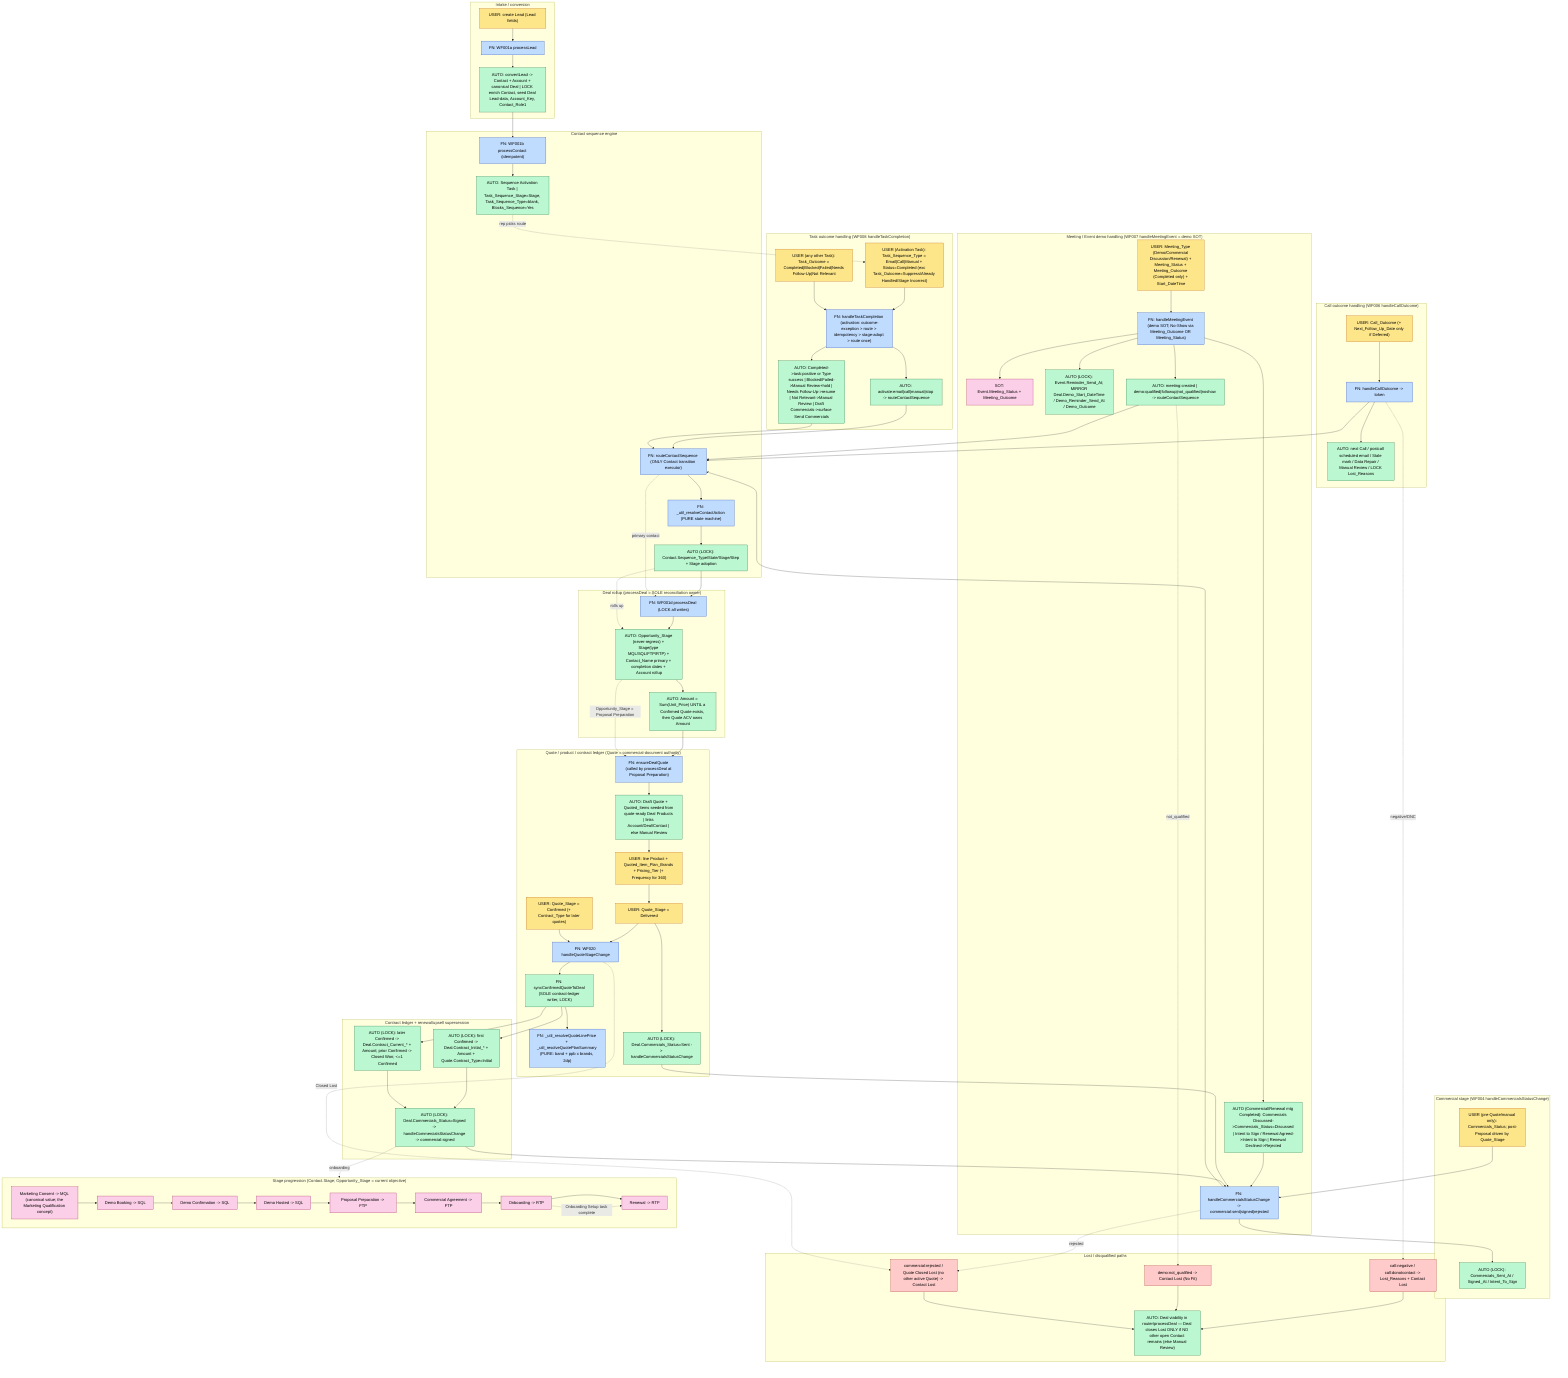
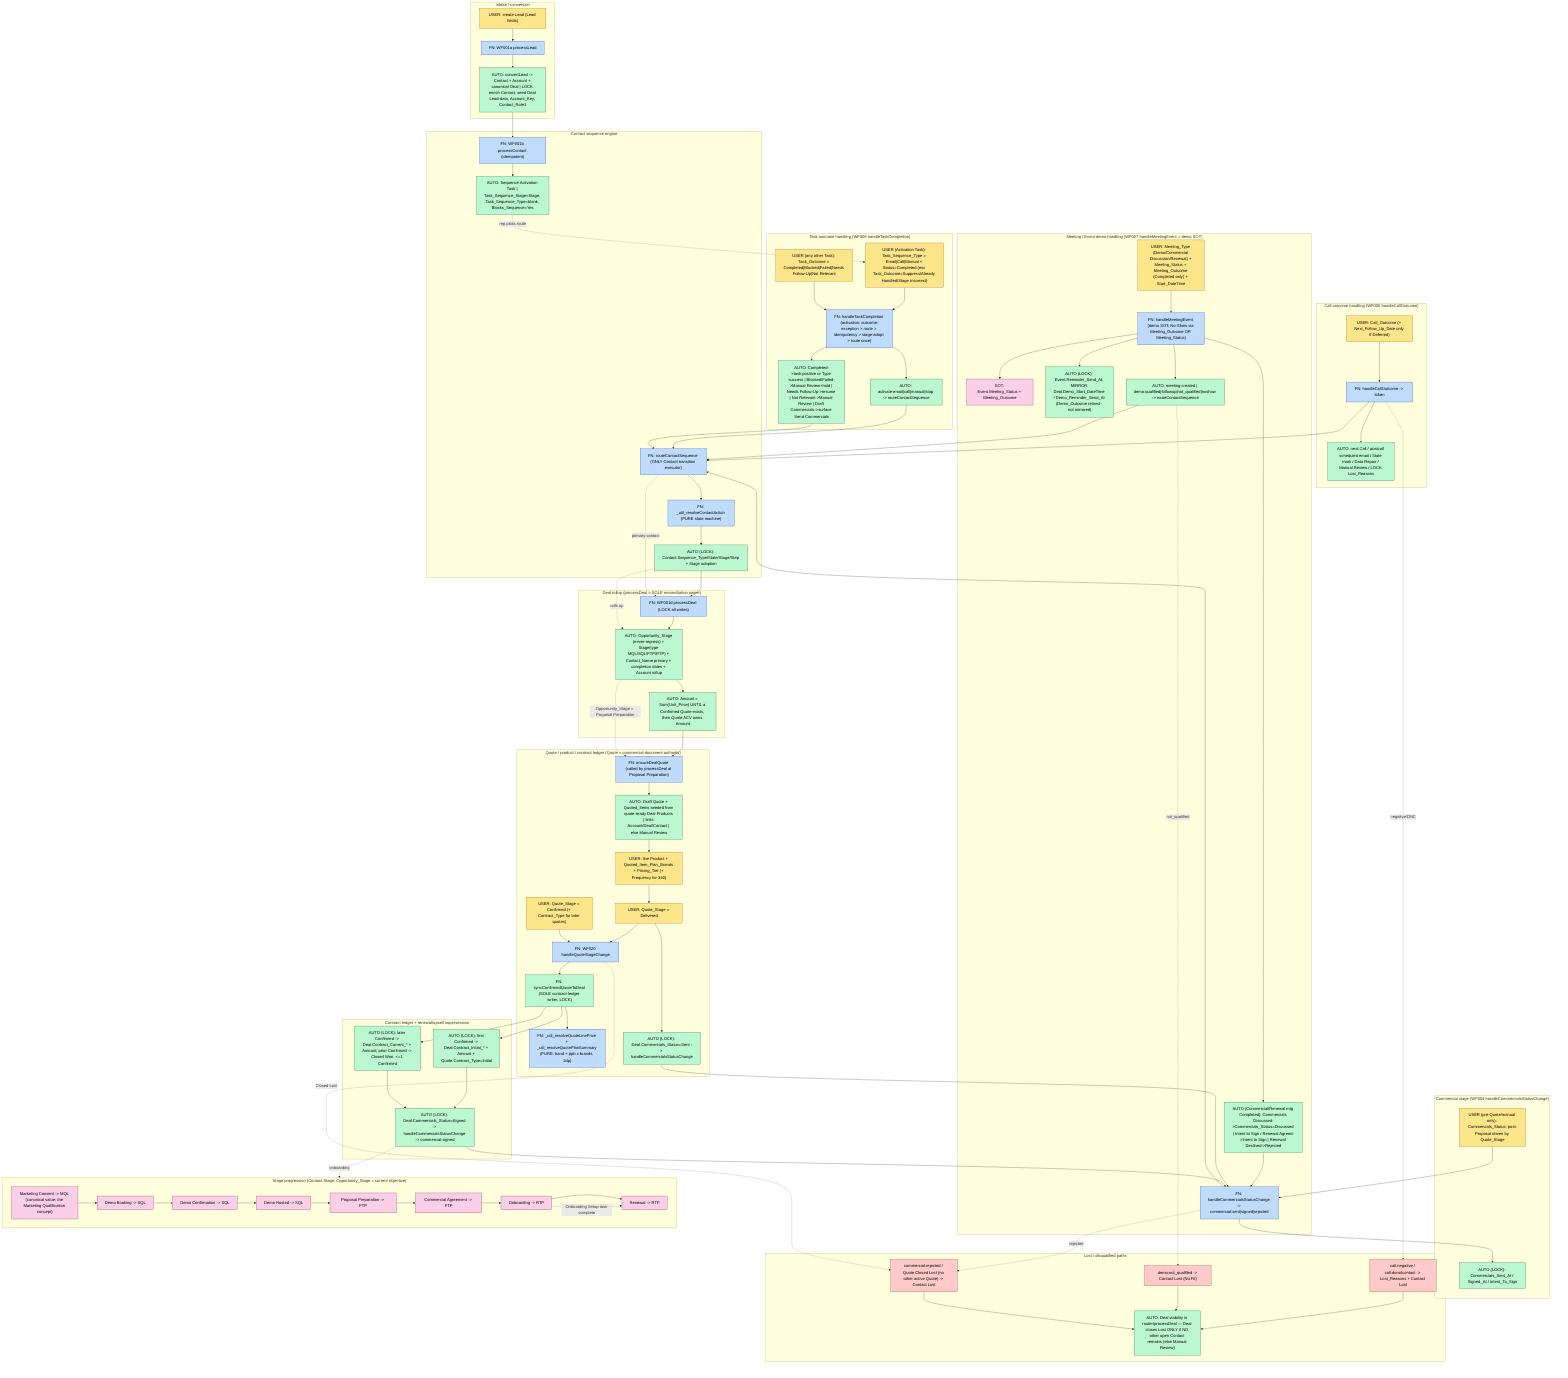
%% v6 Single-Field Automation — full flow (Lead → Renewal)
%% Legend:
%%   USER  = human command/outcome field (the one field a rep sets)
%%   FN    = function that fires
%%   AUTO  = automation-owned writes (records/fields created or updated)
%%   SOT   = source of truth | MIRROR = derived copy
%%   LOCK  = write is suppressed with {"trigger": List()}
flowchart TD
  classDef user fill:#fde68a,stroke:#b45309,color:#000;
  classDef fn fill:#bfdbfe,stroke:#1e40af,color:#000;
  classDef auto fill:#bbf7d0,stroke:#166534,color:#000;
  classDef sot fill:#fbcfe8,stroke:#9d174b,color:#000;
  classDef loss fill:#fecaca,stroke:#991b1b,color:#000;

  subgraph INTAKE["Intake / conversion"]
    L["USER: create Lead (Lead fields)"]:::user
    PL["FN: WF001a processLead"]:::fn
    CONV["AUTO: convertLead -> Contact + Account + canonical Deal | LOCK enrich Contact, seed Deal Lead-data, Account_Key, Contact_Role1"]:::auto
    L --> PL --> CONV
  end

  subgraph SEQENG["Contact sequence engine"]
    PC["FN: WF001b processContact (idempotent)"]:::fn
    ACTTASK["AUTO: Sequence Activation Task | Task_Sequence_Stage=Stage, Task_Sequence_Type=blank, Blocks_Sequence=Yes"]:::auto
    RCS["FN: routeContactSequence (ONLY Contact transition executor)"]:::fn
    RESOLVE["FN: _util_resolveContactAction (PURE state machine)"]:::fn
    CSEQ["AUTO (LOCK): Contact.Sequence_Type/State/Stage/Step + Stage adoption"]:::auto
    PC --> ACTTASK
    RCS --> RESOLVE --> CSEQ
  end
  CONV --> PC

  subgraph TASKOUT["Task outcome handling (WF008 handleTaskCompletion)"]
    UACT["USER (Activation Task): Task_Sequence_Type = Email|Call|Manual + Status=Completed (exc Task_Outcome=Suppress/Already Handled/Stage Incorrect)"]:::user
    HTC["FN: handleTaskCompletion (activation: outcome-exception > route > idempotency > stage-adopt > route once)"]:::fn
    ATok["AUTO: activate:email|call|manual|stop -> routeContactSequence"]:::auto
    UTOUT["USER (any other Task): Task_Outcome = Completed|Blocked|Failed|Needs Follow-Up|Not Relevant"]:::user
    TOUTL["AUTO: Completed->task:positive or Type success | Blocked/Failed->Manual Review+hold | Needs Follow-Up->resume | Not Relevant->Manual Review | Draft Commercials->surface Send Commercials"]:::auto
    UACT --> HTC --> ATok --> RCS
    UTOUT --> HTC --> TOUTL --> RCS
  end
  ACTTASK -.rep picks route.-> UACT

  subgraph CALLOUT["Call outcome handling (WF006 handleCallOutcome)"]
    UCALL["USER: Call_Outcome (+ Next_Follow_Up_Date only if Deferred)"]:::user
    HCO["FN: handleCallOutcome -> token"]:::fn
    CSIDE["AUTO: next Call / postcall scheduled email / Stale mark / Data Repair / Manual Review / LOCK Lost_Reasons"]:::auto
    UCALL --> HCO --> CSIDE
    HCO --> RCS
  end

  subgraph MEET["Meeting / Event demo handling (WF007 handleMeetingEvent = demo SOT)"]
    UMEET["USER: Meeting_Type (Demo/Commercial Discussion/Renewal) + Meeting_Status + Meeting_Outcome (Completed only) + Start_DateTime"]:::user
    HME["FN: handleMeetingEvent (demo SOT; No-Show via Meeting_Outcome OR Meeting_Status)"]:::fn
    MSOT["SOT: Event.Meeting_Status + Meeting_Outcome"]:::sot
-     MEFF["AUTO (LOCK): Event.Reminder_Send_At; MIRROR Deal.Demo_Start_DateTime / Demo_Reminder_Send_At / Demo_Outcome"]:::auto
+     MEFF["AUTO (LOCK): Event.Reminder_Send_At; MIRROR Deal.Demo_Start_DateTime / Demo_Reminder_Send_At (Demo_Outcome retired - not mirrored)"]:::auto
    MTOK["AUTO: meeting:created | demo:qualified|followup|not_qualified|noshow -> routeContactSequence"]:::auto
    MCOMM["AUTO (Commercial/Renewal mtg Completed): Commercials Discussed->Commercials_Status=Discussed | Intent to Sign / Renewal Agreed->Intent to Sign | Renewal Declined->Rejected"]:::auto
    UMEET --> HME --> MSOT
    HME --> MEFF
    HME --> MTOK --> RCS
    HME --> MCOMM --> HCS
  end

  subgraph DEALROLL["Deal rollup (processDeal = SOLE reconciliation owner)"]
    PD["FN: WF001d processDeal (LOCK all writes)"]:::fn
    PDW["AUTO: Opportunity_Stage (never-regress) + Stage(type MQL/SQL/FTP/RTP) + Contact_Name primary + completion dates + Account rollup"]:::auto
    PDAMT["AUTO: Amount = Sum(Unit_Price) UNTIL a Confirmed Quote exists, then Quote ACV owns Amount"]:::auto
    PD --> PDW --> PDAMT
  end
  CSEQ --> PD
  RCS -. primary contact .-> PD

  subgraph QUOTE["Quote / product / contract ledger (Quote = commercial-document authority)"]
    EDQ["FN: ensureDealQuote (called by processDeal at Proposal Preparation)"]:::fn
    DRAFT["AUTO: Draft Quote + Quoted_Items seeded from quote-ready Deal Products | links Account/Deal/Contact | else Manual Review"]:::auto
    UPRICE["USER: line Product + Quoted_Item_Plan_Brands + Pricing_Tier (+ Frequency for 360)"]:::user
    UDELIV["USER: Quote_Stage = Delivered"]:::user
    UCONF["USER: Quote_Stage = Confirmed (+ Contract_Type for later quotes)"]:::user
    WF020["FN: WF020 handleQuoteStageChange"]:::fn
    PRICE["FN: _util_resolveQuoteLinePrice + _util_resolveQuotePlanSummary (PURE: band + ppb x brands, 2dp)"]:::fn
    SENT["AUTO (LOCK): Deal.Commercials_Status=Sent -> handleCommercialsStatusChange"]:::auto
    SYNC["FN: syncConfirmedQuoteToDeal (SOLE contract-ledger writer, LOCK)"]:::auto
    PDAMT --> EDQ --> DRAFT
    DRAFT --> UPRICE
    UPRICE --> UDELIV --> WF020
    UDELIV --> SENT
    UCONF --> WF020 --> SYNC
    SYNC --> PRICE
  end
  PDW -. Opportunity_Stage = Proposal Preparation .-> EDQ

  subgraph LEDGER["Contract ledger + renewal/upsell supersession"]
    INIT["AUTO (LOCK): first Confirmed -> Deal.Contract_Initial_* + Amount + Quote.Contract_Type=Initial"]:::auto
    CURR["AUTO (LOCK): later Confirmed -> Deal.Contract_Current_* + Amount; prior Confirmed -> Closed Won; <=1 Confirmed"]:::auto
    SIGNED["AUTO (LOCK): Deal.Commercials_Status=Signed -> handleCommercialsStatusChange -> commercial:signed"]:::auto
    SYNC --> INIT
    SYNC --> CURR
    INIT --> SIGNED
    CURR --> SIGNED
  end

  subgraph COMMSTAGE["Commercial stage (WF004 handleCommercialsStatusChange)"]
    UCOMM["USER (pre-Quote/manual only): Commercials_Status; post-Proposal driven by Quote_Stage"]:::user
    HCS["FN: handleCommercialsStatusChange -> commercial:sent|signed|rejected"]:::fn
    HCSW["AUTO (LOCK): Commercials_Sent_At / Signed_At / Intent_To_Sign"]:::auto
    UCOMM --> HCS --> HCSW
    HCS --> RCS
  end
  SENT --> HCS
  SIGNED --> HCS

  subgraph STAGES["Stage progression (Contact.Stage; Opportunity_Stage = current objective)"]
    direction LR
    S1["Marketing Consent -> MQL (canonical value; the Marketing Qualification concept)"]:::sot
    S2["Demo Booking -> SQL"]:::sot
    S3["Demo Confirmation -> SQL"]:::sot
    S4["Demo Hosted -> SQL"]:::sot
    S5["Proposal Preparation -> FTP"]:::sot
    S6["Commercial Agreement -> FTP"]:::sot
    S7["Onboarding -> RTP"]:::sot
    S8["Renewal -> RTP"]:::sot
    S1 --> S2 --> S3 --> S4 --> S5 --> S6 --> S7 --> S8
  end
  CSEQ -. rolls up .-> PDW
  SIGNED -. onboarding .-> S7
  S7 -. Onboarding Setup task complete .-> S8

  subgraph LOSSP["Lost / disqualified paths"]
    LNEG["call:negative / call:donotcontact -> Lost_Reasons + Contact Lost"]:::loss
    LDQ["demo:not_qualified -> Contact Lost (No Fit)"]:::loss
    LREJ["commercial:rejected / Quote Closed Lost (no other active Quote) -> Contact Lost"]:::loss
    VIAB["AUTO: Deal viability in router/processDeal — Deal closes Lost ONLY if NO other open Contact remains (else Manual Review)"]:::auto
    LNEG --> VIAB
    LDQ --> VIAB
    LREJ --> VIAB
  end
  HCO -. negative/DNC .-> LNEG
  MTOK -. not_qualified .-> LDQ
  HCS -. rejected .-> LREJ
  WF020 -. Closed Lost .-> LREJ
